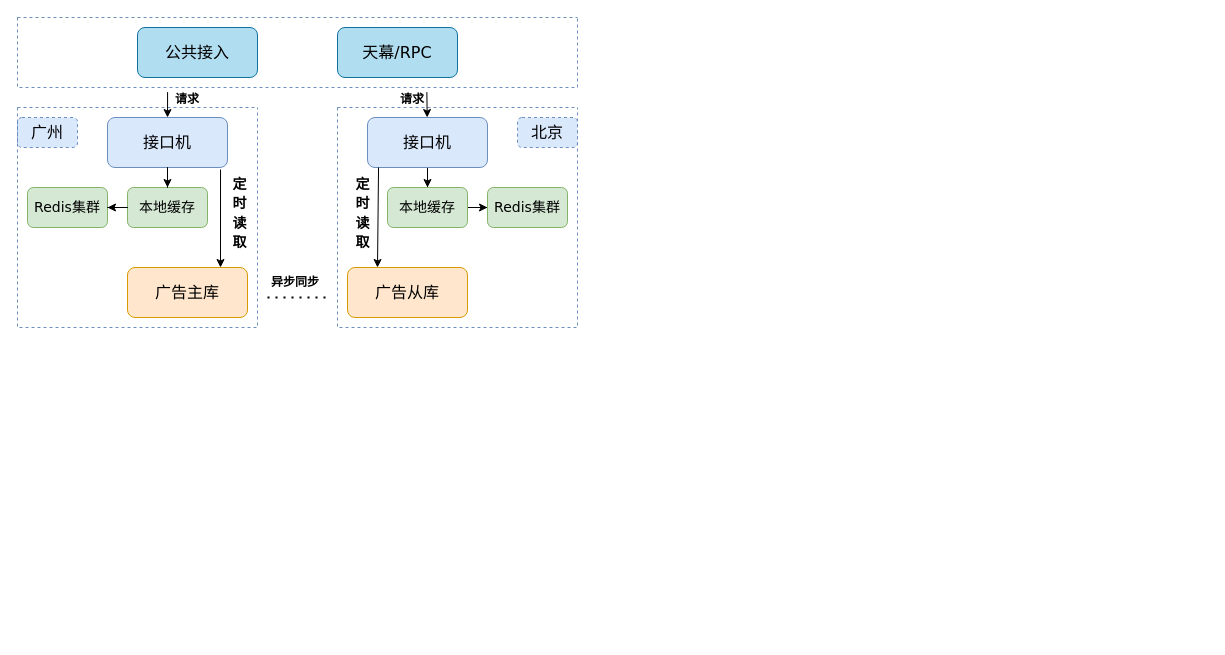
The draw.io diagram 未命名绘图.drawio in lewiskyo/test_git, before the edit. Source tidied: cells renumbered, new cells numbered last; positions are measured from the earlier drawing's top-left corner, leaving out a move shared by most shapes. Both pictures are drawn from the tidied source at 100%, with x=0, y=0 at pixel (17, 17).
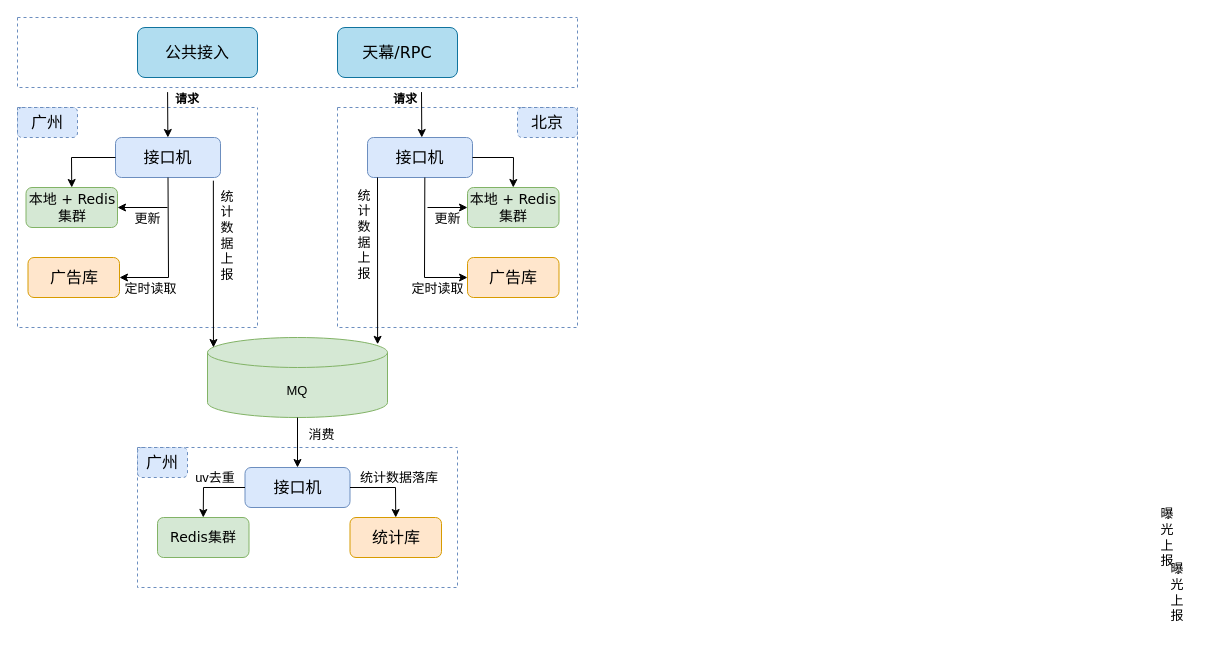
The same diagram, later.

Commit message:
更新未命名绘图.drawio

The change refers to these unchanged cells:
```xml
<mxCell id="3" style="swimlane;startSize=0;fontFamily=Verdana;fontSize=13;dashed=1;fillColor=#dae8fc;strokeColor=#6c8ebf;" parent="1" vertex="1">
  <mxGeometry width="560" height="70" as="geometry" />
</mxCell>
```

Diff of the diagram source:
```diff
@@
+    <mxCell id="6" style="swimlane;startSize=0;fontFamily=Verdana;fontSize=13;dashed=1;fillColor=#dae8fc;strokeColor=#6c8ebf;" parent="1" vertex="1">
+      <mxGeometry y="90" width="240" height="220" as="geometry" />
+    </mxCell>
+    <mxCell id="10" value="接口机" style="rounded=1;whiteSpace=wrap;html=1;fontFamily=Verdana;fontSize=16;fillColor=#dae8fc;strokeColor=#6c8ebf;" parent="6" vertex="1">
+      <mxGeometry x="98" y="30" width="105" height="40" as="geometry" />
+    </mxCell>
+    <mxCell id="12" value="广告库" style="rounded=1;whiteSpace=wrap;html=1;fontFamily=Verdana;fontSize=16;fillColor=#ffe6cc;strokeColor=#d79b00;" parent="6" vertex="1">
+      <mxGeometry x="10.5" y="150" width="91.5" height="40" as="geometry" />
+    </mxCell>
-    <mxCell id="5" value="广州" style="rounded=1;whiteSpace=wrap;html=1;dashed=1;fontFamily=Verdana;fontSize=16;fillColor=#dae8fc;strokeColor=#6c8ebf;" parent="1" vertex="1">
-      <mxGeometry y="100" width="60" height="30" as="geometry" />
+    <mxCell id="5" value="广州" style="rounded=1;whiteSpace=wrap;html=1;dashed=1;fontFamily=Verdana;fontSize=16;fillColor=#dae8fc;strokeColor=#6c8ebf;" parent="6" vertex="1">
+      <mxGeometry width="60" height="30" as="geometry" />
     </mxCell>
-    <mxCell id="6" style="swimlane;startSize=0;fontFamily=Verdana;fontSize=13;dashed=1;fillColor=#dae8fc;strokeColor=#6c8ebf;" parent="1" vertex="1">
-      <mxGeometry y="90" width="240" height="220" as="geometry" />
-    </mxCell>
-    <mxCell id="7" value="Redis集群" style="rounded=1;whiteSpace=wrap;html=1;fontFamily=Verdana;fontSize=14;fillColor=#d5e8d4;strokeColor=#82b366;" parent="6" vertex="1">
-      <mxGeometry x="10" y="80" width="80" height="40" as="geometry" />
-    </mxCell>
-    <mxCell id="8" value="本地缓存" style="rounded=1;whiteSpace=wrap;html=1;fontFamily=Verdana;fontSize=14;fillColor=#d5e8d4;strokeColor=#82b366;" parent="6" vertex="1">
-      <mxGeometry x="110" y="80" width="80" height="40" as="geometry" />
-    </mxCell>
-    <mxCell id="9" style="edgeStyle=orthogonalEdgeStyle;rounded=0;jettySize=auto;html=1;" parent="6" edge="1" source="8" target="7">
-      <mxGeometry relative="1" as="geometry" />
-    </mxCell>
-    <mxCell id="10" value="接口机" style="rounded=1;whiteSpace=wrap;html=1;fontFamily=Verdana;fontSize=16;fillColor=#dae8fc;strokeColor=#6c8ebf;" parent="6" vertex="1">
-      <mxGeometry x="90" y="10" width="120" height="50" as="geometry" />
-    </mxCell>
-    <mxCell id="11" style="edgeStyle=orthogonalEdgeStyle;rounded=0;jettySize=auto;html=1;" parent="6" edge="1" source="10" target="8">
-      <mxGeometry relative="1" as="geometry" />
-    </mxCell>
-    <mxCell id="12" value="广告主库" style="rounded=1;whiteSpace=wrap;html=1;fontFamily=Verdana;fontSize=16;fillColor=#ffe6cc;strokeColor=#d79b00;" parent="6" vertex="1">
-      <mxGeometry x="110" y="160" width="120" height="50" as="geometry" />
-    </mxCell>
-    <mxCell id="13" style="endArrow=classic;html=1;rounded=0;exitX=0.942;exitY=1.04;exitDx=0;exitDy=0;exitPerimeter=0;" parent="6" edge="1" source="10">
-      <mxGeometry relative="1" as="geometry">
-        <mxPoint x="203" y="160" as="targetPoint" />
-      </mxGeometry>
-    </mxCell>
-    <mxCell id="14" value="&lt;font style=&quot;font-size: 14px;&quot;&gt;&lt;b&gt;定&lt;br&gt;时&lt;br&gt;读&lt;br&gt;取&lt;/b&gt;&lt;/font&gt;" style="text;strokeColor=none;fillColor=none;html=1;fontSize=16;fontStyle=0;verticalAlign=middle;align=center;fontFamily=Verdana;" parent="6" vertex="1">
-      <mxGeometry x="202" y="60" width="40" height="90" as="geometry" />
-    </mxCell>
-    <mxCell id="15" style="swimlane;startSize=0;fontFamily=Verdana;fontSize=13;dashed=1;fillColor=#dae8fc;strokeColor=#6c8ebf;" parent="1" vertex="1">
-      <mxGeometry x="320" y="90" width="240" height="220" as="geometry" />
-    </mxCell>
-    <mxCell id="16" style="edgeStyle=orthogonalEdgeStyle;rounded=0;jettySize=auto;html=1;" parent="15" edge="1" source="17" target="21">
-      <mxGeometry relative="1" as="geometry" />
-    </mxCell>
-    <mxCell id="17" value="接口机" style="rounded=1;whiteSpace=wrap;html=1;fontFamily=Verdana;fontSize=16;fillColor=#dae8fc;strokeColor=#6c8ebf;" parent="15" vertex="1">
-      <mxGeometry x="30" y="10" width="120" height="50" as="geometry" />
-    </mxCell>
-    <mxCell id="18" value="广告从库" style="rounded=1;whiteSpace=wrap;html=1;fontFamily=Verdana;fontSize=16;fillColor=#ffe6cc;strokeColor=#d79b00;" parent="15" vertex="1">
-      <mxGeometry x="10" y="160" width="120" height="50" as="geometry" />
-    </mxCell>
-    <mxCell id="19" value="北京" style="rounded=1;whiteSpace=wrap;html=1;dashed=1;fontFamily=Verdana;fontSize=16;fillColor=#dae8fc;strokeColor=#6c8ebf;" parent="15" vertex="1">
-      <mxGeometry x="180" y="10" width="60" height="30" as="geometry" />
-    </mxCell>
-    <mxCell id="20" style="edgeStyle=orthogonalEdgeStyle;rounded=0;jettySize=auto;html=1;" parent="15" edge="1" source="21" target="22">
-      <mxGeometry relative="1" as="geometry" />
-    </mxCell>
-    <mxCell id="21" value="本地缓存" style="rounded=1;whiteSpace=wrap;html=1;fontFamily=Verdana;fontSize=14;fillColor=#d5e8d4;strokeColor=#82b366;" parent="15" vertex="1">
-      <mxGeometry x="50" y="80" width="80" height="40" as="geometry" />
-    </mxCell>
-    <mxCell id="22" value="Redis集群" style="rounded=1;whiteSpace=wrap;html=1;fontFamily=Verdana;fontSize=14;fillColor=#d5e8d4;strokeColor=#82b366;" parent="15" vertex="1">
-      <mxGeometry x="150" y="80" width="80" height="40" as="geometry" />
-    </mxCell>
-    <mxCell id="23" style="endArrow=classic;html=1;rounded=0;exitX=0.092;exitY=1;exitDx=0;exitDy=0;exitPerimeter=0;entryX=0.25;entryY=0;entryDx=0;entryDy=0;" parent="15" edge="1" source="17" target="18">
-      <mxGeometry relative="1" as="geometry" />
-    </mxCell>
-    <mxCell id="24" value="&lt;font style=&quot;font-size: 14px;&quot;&gt;&lt;b&gt;定&lt;br&gt;时&lt;br&gt;读&lt;br&gt;取&lt;/b&gt;&lt;/font&gt;" style="text;strokeColor=none;fillColor=none;html=1;fontSize=16;fontStyle=0;verticalAlign=middle;align=center;fontFamily=Verdana;" parent="1" vertex="1">
-      <mxGeometry x="325" y="150" width="40" height="90" as="geometry" />
-    </mxCell>
-    <mxCell id="25" style="endArrow=classic;html=1;rounded=0;exitX=0.731;exitY=1.066;exitDx=0;exitDy=0;exitPerimeter=0;" parent="1" edge="1" source="3" target="17">
-      <mxGeometry relative="1" as="geometry" />
-    </mxCell>
+    <mxCell id="31" value="本地 + Redis集群" style="rounded=1;whiteSpace=wrap;html=1;fontFamily=Verdana;fontSize=14;fillColor=#d5e8d4;strokeColor=#82b366;" parent="6" vertex="1">
+      <mxGeometry x="8.5" y="80" width="91.5" height="40" as="geometry" />
+    </mxCell>
+    <mxCell id="32" style="endArrow=classic;html=1;rounded=0;exitX=0;exitY=0.5;exitDx=0;exitDy=0;entryX=0.5;entryY=0;entryDx=0;entryDy=0;" parent="6" edge="1" source="10" target="31">
+      <mxGeometry relative="1" as="geometry">
+        <Array as="points">
+          <mxPoint x="54" y="50" />
+        </Array>
+      </mxGeometry>
+    </mxCell>
+    <mxCell id="33" style="endArrow=classic;html=1;rounded=0;exitX=0.5;exitY=1;exitDx=0;exitDy=0;entryX=1;entryY=0.5;entryDx=0;entryDy=0;" parent="6" edge="1" source="10" target="12">
+      <mxGeometry relative="1" as="geometry">
+        <Array as="points">
+          <mxPoint x="151" y="170" />
+        </Array>
+      </mxGeometry>
+    </mxCell>
+    <mxCell id="34" value="&lt;font style=&quot;font-size: 13px;&quot;&gt;更新&lt;/font&gt;" style="text;strokeColor=none;fillColor=none;html=1;fontSize=16;fontStyle=0;verticalAlign=middle;align=center;fontFamily=Verdana;" parent="6" vertex="1">
+      <mxGeometry x="110" y="80.5" width="40" height="59" as="geometry" />
+    </mxCell>
@@
     <mxCell id="28" value="请求" style="text;html=1;strokeColor=none;fillColor=none;align=center;verticalAlign=middle;whiteSpace=wrap;rounded=0;fontStyle=1;" parent="1" vertex="1">
-      <mxGeometry x="365" y="67" width="60" height="30" as="geometry" />
+      <mxGeometry x="358" y="67" width="60" height="30" as="geometry" />
     </mxCell>
-    <mxCell id="29" style="endArrow=none;dashed=1;html=1;dashPattern=1 3;strokeWidth=2;rounded=0;" parent="1" edge="1">
-      <mxGeometry relative="1" as="geometry">
-        <mxPoint x="250" y="280" as="sourcePoint" />
-        <mxPoint x="310" y="280" as="targetPoint" />
-      </mxGeometry>
-    </mxCell>
-    <mxCell id="30" value="异步同步" style="text;html=1;strokeColor=none;fillColor=none;align=center;verticalAlign=middle;whiteSpace=wrap;rounded=0;fontStyle=1;" parent="1" vertex="1">
-      <mxGeometry x="248" y="250" width="60" height="30" as="geometry" />
-    </mxCell>
+    <mxCell id="35" style="endArrow=classic;html=1;rounded=0;entryX=1;entryY=0.5;entryDx=0;entryDy=0;" parent="1" edge="1" target="31">
+      <mxGeometry relative="1" as="geometry">
+        <mxPoint x="150" y="190" as="sourcePoint" />
+      </mxGeometry>
+    </mxCell>
+    <mxCell id="36" value="&lt;font style=&quot;font-size: 13px;&quot;&gt;定时读取&lt;/font&gt;" style="text;strokeColor=none;fillColor=none;html=1;fontSize=16;fontStyle=0;verticalAlign=middle;align=center;fontFamily=Verdana;" parent="1" vertex="1">
+      <mxGeometry x="113" y="240" width="40" height="59" as="geometry" />
+    </mxCell>
+    <mxCell id="15" style="swimlane;startSize=0;fontFamily=Verdana;fontSize=13;dashed=1;fillColor=#dae8fc;strokeColor=#6c8ebf;" parent="1" vertex="1">
+      <mxGeometry x="320" y="90" width="240" height="220" as="geometry" />
+    </mxCell>
+    <mxCell id="37" value="接口机" style="rounded=1;whiteSpace=wrap;html=1;fontFamily=Verdana;fontSize=16;fillColor=#dae8fc;strokeColor=#6c8ebf;" parent="15" vertex="1">
+      <mxGeometry x="30" y="30" width="105" height="40" as="geometry" />
+    </mxCell>
+    <mxCell id="19" value="北京" style="rounded=1;whiteSpace=wrap;html=1;dashed=1;fontFamily=Verdana;fontSize=16;fillColor=#dae8fc;strokeColor=#6c8ebf;" parent="15" vertex="1">
+      <mxGeometry x="180" width="60" height="30" as="geometry" />
+    </mxCell>
+    <mxCell id="38" style="endArrow=classic;html=1;rounded=0;exitX=0.268;exitY=1.066;exitDx=0;exitDy=0;exitPerimeter=0;" parent="15" edge="1">
+      <mxGeometry relative="1" as="geometry">
+        <mxPoint x="84" y="-15.4" as="sourcePoint" />
+        <mxPoint x="84.3" y="30" as="targetPoint" />
+      </mxGeometry>
+    </mxCell>
+    <mxCell id="39" value="广告库" style="rounded=1;whiteSpace=wrap;html=1;fontFamily=Verdana;fontSize=16;fillColor=#ffe6cc;strokeColor=#d79b00;" parent="15" vertex="1">
+      <mxGeometry x="130" y="150" width="91.5" height="40" as="geometry" />
+    </mxCell>
+    <mxCell id="40" value="本地 + Redis集群" style="rounded=1;whiteSpace=wrap;html=1;fontFamily=Verdana;fontSize=14;fillColor=#d5e8d4;strokeColor=#82b366;" parent="15" vertex="1">
+      <mxGeometry x="130" y="80" width="91.5" height="40" as="geometry" />
+    </mxCell>
+    <mxCell id="41" style="endArrow=classic;html=1;rounded=0;fontSize=13;exitX=1;exitY=0.5;exitDx=0;exitDy=0;entryX=0.5;entryY=0;entryDx=0;entryDy=0;" parent="15" edge="1" source="37" target="40">
+      <mxGeometry relative="1" as="geometry">
+        <Array as="points">
+          <mxPoint x="176" y="50" />
+        </Array>
+      </mxGeometry>
+    </mxCell>
+    <mxCell id="42" style="endArrow=classic;html=1;rounded=0;fontSize=13;entryX=0;entryY=0.5;entryDx=0;entryDy=0;exitX=0.546;exitY=1;exitDx=0;exitDy=0;exitPerimeter=0;" parent="15" edge="1" source="37" target="39">
+      <mxGeometry relative="1" as="geometry">
+        <Array as="points">
+          <mxPoint x="87" y="170" />
+        </Array>
+      </mxGeometry>
+    </mxCell>
+    <mxCell id="43" style="endArrow=classic;html=1;rounded=0;fontSize=13;entryX=0;entryY=0.5;entryDx=0;entryDy=0;" parent="15" edge="1" target="40">
+      <mxGeometry relative="1" as="geometry">
+        <mxPoint x="90" y="100" as="sourcePoint" />
+      </mxGeometry>
+    </mxCell>
+    <mxCell id="44" value="&lt;font style=&quot;font-size: 13px;&quot;&gt;更新&lt;/font&gt;" style="text;strokeColor=none;fillColor=none;html=1;fontSize=16;fontStyle=0;verticalAlign=middle;align=center;fontFamily=Verdana;" parent="15" vertex="1">
+      <mxGeometry x="90" y="80" width="40" height="59" as="geometry" />
+    </mxCell>
+    <mxCell id="45" value="&lt;font style=&quot;font-size: 13px;&quot;&gt;定时读取&lt;/font&gt;" style="text;strokeColor=none;fillColor=none;html=1;fontSize=16;fontStyle=0;verticalAlign=middle;align=center;fontFamily=Verdana;" parent="15" vertex="1">
+      <mxGeometry x="80" y="150" width="40" height="59" as="geometry" />
+    </mxCell>
+    <mxCell id="46" style="endArrow=classic;html=1;rounded=0;fontSize=13;exitX=0.932;exitY=1.079;exitDx=0;exitDy=0;exitPerimeter=0;entryX=0.033;entryY=0.125;entryDx=0;entryDy=0;entryPerimeter=0;" parent="15" edge="1">
+      <mxGeometry relative="1" as="geometry">
+        <mxPoint x="40" y="70" as="sourcePoint" />
+        <mxPoint x="40.1" y="236.8" as="targetPoint" />
+      </mxGeometry>
+    </mxCell>
+    <mxCell id="47" value="统&lt;br&gt;计&lt;br&gt;数&lt;br&gt;据&lt;br&gt;上&lt;br&gt;报" style="text;html=1;strokeColor=none;fillColor=none;align=center;verticalAlign=middle;whiteSpace=wrap;rounded=0;fontSize=13;" parent="15" vertex="1">
+      <mxGeometry x="-3" y="82" width="60" height="90" as="geometry" />
+    </mxCell>
+    <mxCell id="48" value="MQ" style="shape=cylinder3;whiteSpace=wrap;html=1;boundedLbl=1;backgroundOutline=1;size=15;fontSize=13;fillColor=#d5e8d4;strokeColor=#82b366;align=center;" parent="1" vertex="1">
+      <mxGeometry x="190" y="320" width="180" height="80" as="geometry" />
+    </mxCell>
+    <mxCell id="49" style="swimlane;startSize=0;fontFamily=Verdana;fontSize=13;dashed=1;fillColor=#dae8fc;strokeColor=#6c8ebf;" parent="1" vertex="1">
+      <mxGeometry x="120" y="430" width="320" height="140" as="geometry" />
+    </mxCell>
+    <mxCell id="50" value="接口机" style="rounded=1;whiteSpace=wrap;html=1;fontFamily=Verdana;fontSize=16;fillColor=#dae8fc;strokeColor=#6c8ebf;" parent="49" vertex="1">
+      <mxGeometry x="107.5" y="20" width="105" height="40" as="geometry" />
+    </mxCell>
+    <mxCell id="51" value="Redis集群" style="rounded=1;whiteSpace=wrap;html=1;fontFamily=Verdana;fontSize=14;fillColor=#d5e8d4;strokeColor=#82b366;" parent="49" vertex="1">
+      <mxGeometry x="20" y="70" width="91.5" height="40" as="geometry" />
+    </mxCell>
+    <mxCell id="52" style="endArrow=classic;html=1;rounded=0;fontSize=13;exitX=0;exitY=0.5;exitDx=0;exitDy=0;entryX=0.5;entryY=0;entryDx=0;entryDy=0;" parent="49" edge="1" source="50" target="51">
+      <mxGeometry relative="1" as="geometry">
+        <Array as="points">
+          <mxPoint x="66" y="40" />
+        </Array>
+      </mxGeometry>
+    </mxCell>
+    <mxCell id="53" value="uv去重" style="text;html=1;strokeColor=none;fillColor=none;align=center;verticalAlign=middle;whiteSpace=wrap;rounded=0;fontSize=13;" parent="49" vertex="1">
+      <mxGeometry x="47.5" y="15" width="60" height="30" as="geometry" />
+    </mxCell>
+    <mxCell id="54" value="统计库" style="rounded=1;whiteSpace=wrap;html=1;fontFamily=Verdana;fontSize=16;fillColor=#ffe6cc;strokeColor=#d79b00;" parent="49" vertex="1">
+      <mxGeometry x="212.5" y="70" width="91.5" height="40" as="geometry" />
+    </mxCell>
+    <mxCell id="55" style="endArrow=classic;html=1;rounded=0;fontSize=13;exitX=1;exitY=0.5;exitDx=0;exitDy=0;entryX=0.5;entryY=0;entryDx=0;entryDy=0;" parent="49" edge="1" source="50" target="54">
+      <mxGeometry relative="1" as="geometry">
+        <Array as="points">
+          <mxPoint x="258" y="40" />
+        </Array>
+      </mxGeometry>
+    </mxCell>
+    <mxCell id="56" value="统计数据落库" style="text;html=1;strokeColor=none;fillColor=none;align=center;verticalAlign=middle;whiteSpace=wrap;rounded=0;fontSize=13;" parent="49" vertex="1">
+      <mxGeometry x="214" y="15" width="96" height="30" as="geometry" />
+    </mxCell>
+    <mxCell id="57" value="广州" style="rounded=1;whiteSpace=wrap;html=1;dashed=1;fontFamily=Verdana;fontSize=16;fillColor=#dae8fc;strokeColor=#6c8ebf;" parent="49" vertex="1">
+      <mxGeometry width="50" height="30" as="geometry" />
+    </mxCell>
+    <mxCell id="58" style="endArrow=classic;html=1;rounded=0;fontSize=13;exitX=0.5;exitY=1;exitDx=0;exitDy=0;exitPerimeter=0;entryX=0.5;entryY=0;entryDx=0;entryDy=0;" parent="1" edge="1" source="48" target="50">
+      <mxGeometry relative="1" as="geometry" />
+    </mxCell>
+    <mxCell id="59" value="&lt;span style=&quot;font-size: 13px;&quot;&gt;消费&lt;/span&gt;" style="text;strokeColor=none;fillColor=none;html=1;fontSize=16;fontStyle=0;verticalAlign=middle;align=center;fontFamily=Verdana;" parent="1" vertex="1">
+      <mxGeometry x="284" y="386" width="40" height="59" as="geometry" />
+    </mxCell>
+    <mxCell id="60" style="endArrow=classic;html=1;rounded=0;fontSize=13;exitX=0.932;exitY=1.079;exitDx=0;exitDy=0;exitPerimeter=0;entryX=0.033;entryY=0.125;entryDx=0;entryDy=0;entryPerimeter=0;" parent="1" edge="1" source="10" target="48">
+      <mxGeometry relative="1" as="geometry" />
+    </mxCell>
+    <mxCell id="61" value="曝&lt;br&gt;光&lt;br&gt;上&lt;br&gt;报" style="text;html=1;strokeColor=none;fillColor=none;align=center;verticalAlign=middle;whiteSpace=wrap;rounded=0;fontSize=13;" parent="1" vertex="1">
+      <mxGeometry x="1130" y="530" width="60" height="90" as="geometry" />
+    </mxCell>
+    <mxCell id="62" value="曝&lt;br&gt;光&lt;br&gt;上&lt;br&gt;报" style="text;html=1;strokeColor=none;fillColor=none;align=center;verticalAlign=middle;whiteSpace=wrap;rounded=0;fontSize=13;" parent="1" vertex="1">
+      <mxGeometry x="1120" y="475" width="60" height="90" as="geometry" />
+    </mxCell>
+    <mxCell id="63" value="统&lt;br&gt;计&lt;br&gt;数&lt;br&gt;据&lt;br&gt;上&lt;br&gt;报" style="text;html=1;strokeColor=none;fillColor=none;align=center;verticalAlign=middle;whiteSpace=wrap;rounded=0;fontSize=13;" parent="1" vertex="1">
+      <mxGeometry x="180" y="173" width="60" height="90" as="geometry" />
+    </mxCell>
```
